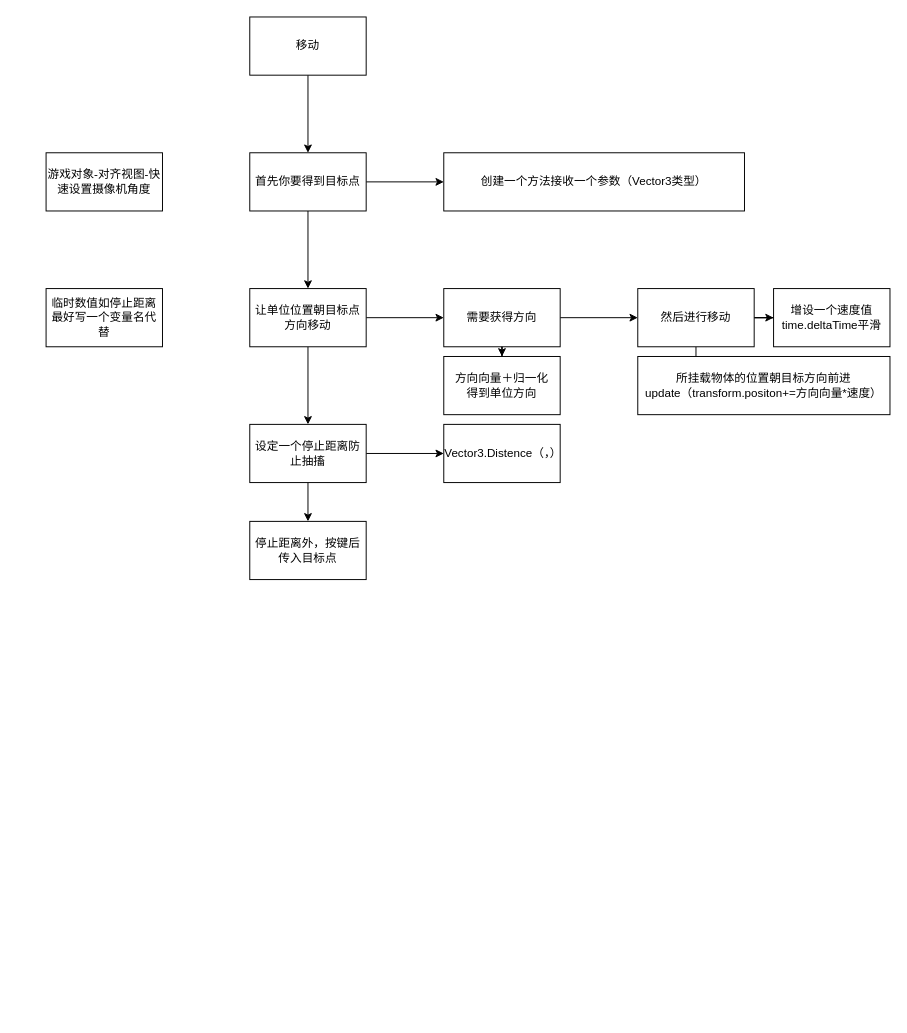
Before: Codemonky学习笔记.drawio in FengYu-creator/learn-sth, a draw.io diagram. Source tidied: cells renumbered, new cells numbered last; positions are measured from the earlier drawing's top-left corner, leaving out a move shared by most shapes. Both pictures are drawn from the tidied source at 97%, with x=0, y=0 at pixel (46, 16).
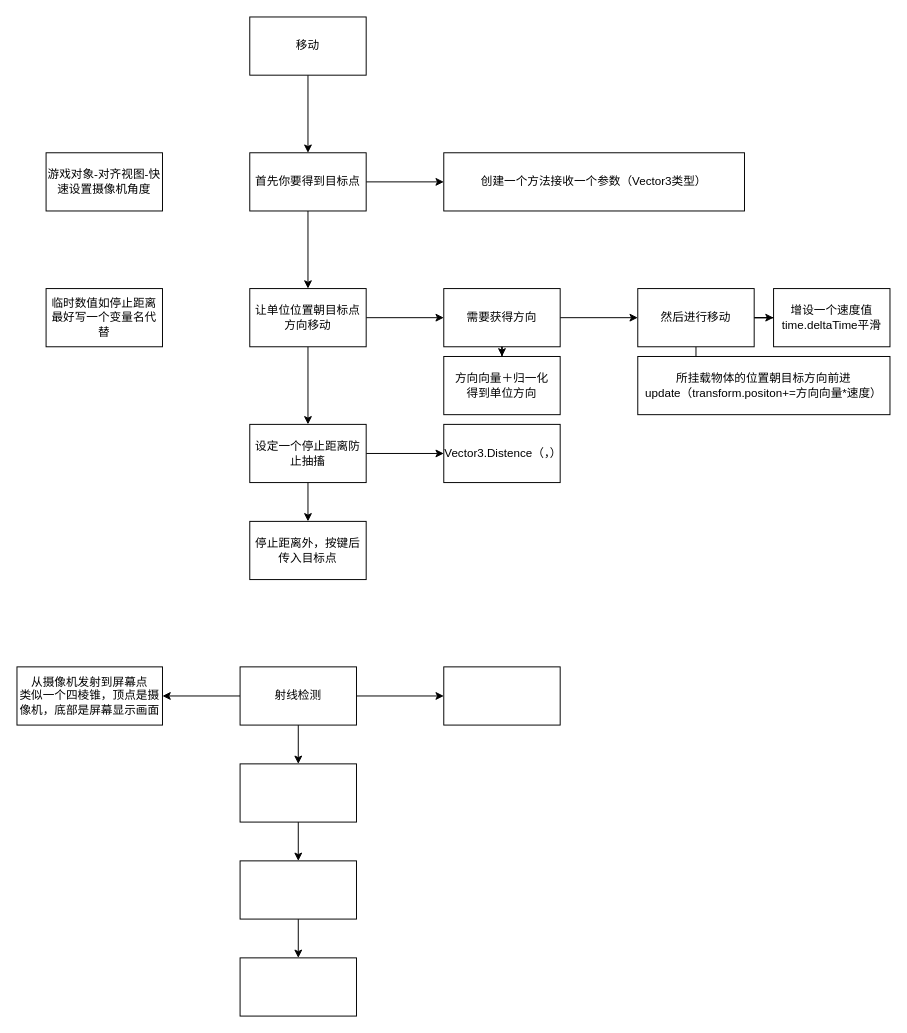
After the change.

Commit message:
更新Codemonky学习笔记.drawio

Change to the diagram source:
```diff
@@
+    <mxCell id="27" style="edgeStyle=orthogonalEdgeStyle;rounded=0;jettySize=auto;html=1;" parent="1" edge="1" source="30" target="31">
+      <mxGeometry relative="1" as="geometry" />
+    </mxCell>
+    <mxCell id="28" style="edgeStyle=orthogonalEdgeStyle;rounded=0;jettySize=auto;html=1;" parent="1" edge="1" source="30" target="33">
+      <mxGeometry relative="1" as="geometry" />
+    </mxCell>
+    <mxCell id="29" style="edgeStyle=orthogonalEdgeStyle;rounded=0;jettySize=auto;html=1;" parent="1" edge="1" source="30" target="37">
+      <mxGeometry relative="1" as="geometry" />
+    </mxCell>
+    <mxCell id="30" value="射线检测" style="rounded=0;whiteSpace=wrap;html=1;" parent="1" vertex="1">
+      <mxGeometry x="200" y="670" width="120" height="60" as="geometry" />
+    </mxCell>
+    <mxCell id="31" style="whiteSpace=wrap;html=1;rounded=0;" parent="1" vertex="1">
+      <mxGeometry x="410" y="670" width="120" height="60" as="geometry" />
+    </mxCell>
+    <mxCell id="32" style="edgeStyle=orthogonalEdgeStyle;rounded=0;jettySize=auto;html=1;" parent="1" edge="1" source="33" target="35">
+      <mxGeometry relative="1" as="geometry" />
+    </mxCell>
+    <mxCell id="33" style="whiteSpace=wrap;html=1;rounded=0;" parent="1" vertex="1">
+      <mxGeometry x="200" y="770" width="120" height="60" as="geometry" />
+    </mxCell>
+    <mxCell id="34" style="edgeStyle=orthogonalEdgeStyle;rounded=0;jettySize=auto;html=1;" parent="1" edge="1" source="35" target="36">
+      <mxGeometry relative="1" as="geometry" />
+    </mxCell>
+    <mxCell id="35" style="whiteSpace=wrap;html=1;rounded=0;" parent="1" vertex="1">
+      <mxGeometry x="200" y="870" width="120" height="60" as="geometry" />
+    </mxCell>
+    <mxCell id="36" style="whiteSpace=wrap;html=1;rounded=0;" parent="1" vertex="1">
+      <mxGeometry x="200" y="970" width="120" height="60" as="geometry" />
+    </mxCell>
+    <mxCell id="37" value="从摄像机发射到屏幕点&lt;div&gt;类似一个四棱锥，顶点是摄像机，底部是屏幕显示画面&lt;/div&gt;" style="whiteSpace=wrap;html=1;rounded=0;" parent="1" vertex="1">
+      <mxGeometry x="-30" y="670" width="150" height="60" as="geometry" />
+    </mxCell>
```
